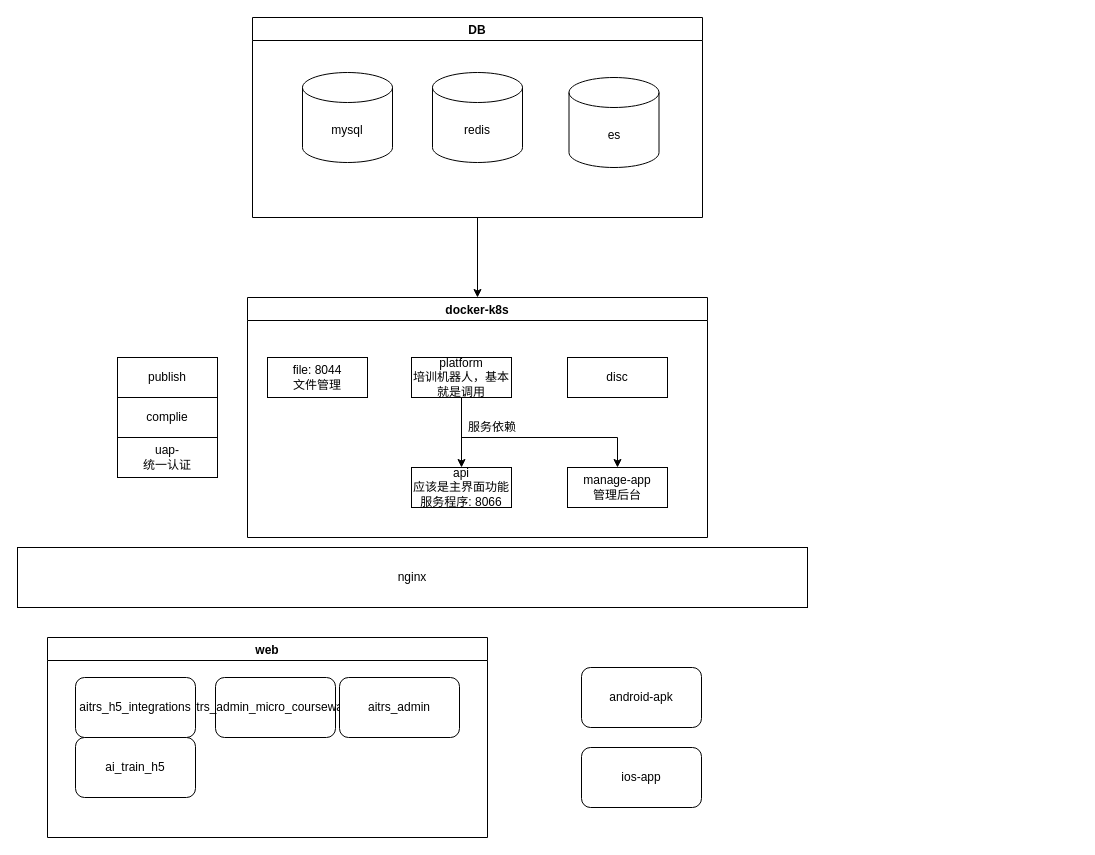
Earlier version of the draw.io diagram page "项目结构" (2 of 3) of DevOps.drawio (lzdong0714/note). Source tidied: cells renumbered, new cells numbered last; positions are measured from the earlier drawing's top-left corner, leaving out a move shared by most shapes. Both pictures are drawn from the tidied source at 100%, with x=0, y=0 at pixel (17, 17).
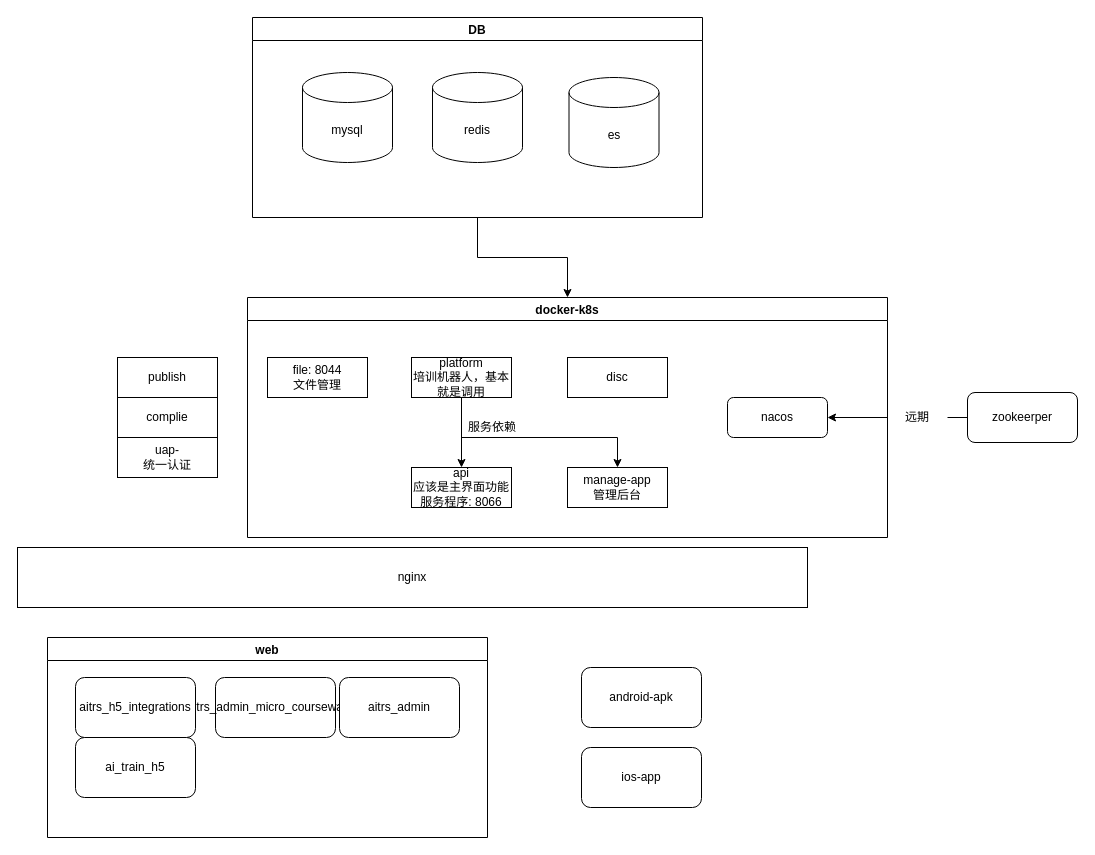
The same page after the edit.

The edit, as a diff of the source:
```diff
@@
     <mxCell id="21" value="docker-k8s" style="swimlane;" parent="1" vertex="1">
-      <mxGeometry x="230" y="280" width="460" height="240" as="geometry" />
+      <mxGeometry x="230" y="280" width="640" height="240" as="geometry" />
     </mxCell>
+    <mxCell id="27" value="nacos" style="rounded=1;whiteSpace=wrap;html=1;" parent="21" vertex="1">
+      <mxGeometry x="480" y="100" width="100" height="40" as="geometry" />
+    </mxCell>
@@
+    <mxCell id="28" style="edgeStyle=orthogonalEdgeStyle;rounded=0;jettySize=auto;html=1;startArrow=none;" parent="1" edge="1" source="30" target="27">
+      <mxGeometry relative="1" as="geometry">
+        <Array as="points">
+          <mxPoint x="900" y="400" />
+        </Array>
+      </mxGeometry>
+    </mxCell>
+    <mxCell id="29" value="zookeerper" style="rounded=1;whiteSpace=wrap;html=1;" parent="1" vertex="1">
+      <mxGeometry x="950" y="375" width="110" height="50" as="geometry" />
+    </mxCell>
+    <mxCell id="30" value="远期" style="text;html=1;strokeColor=none;fillColor=none;align=center;verticalAlign=middle;whiteSpace=wrap;rounded=0;" parent="1" vertex="1">
+      <mxGeometry x="870" y="385" width="60" height="30" as="geometry" />
+    </mxCell>
+    <mxCell id="31" style="edgeStyle=orthogonalEdgeStyle;rounded=0;jettySize=auto;html=1;endArrow=none;" parent="1" edge="1" source="29" target="30">
+      <mxGeometry relative="1" as="geometry">
+        <Array as="points">
+          <mxPoint x="900" y="400" />
+        </Array>
+      </mxGeometry>
+    </mxCell>
```
